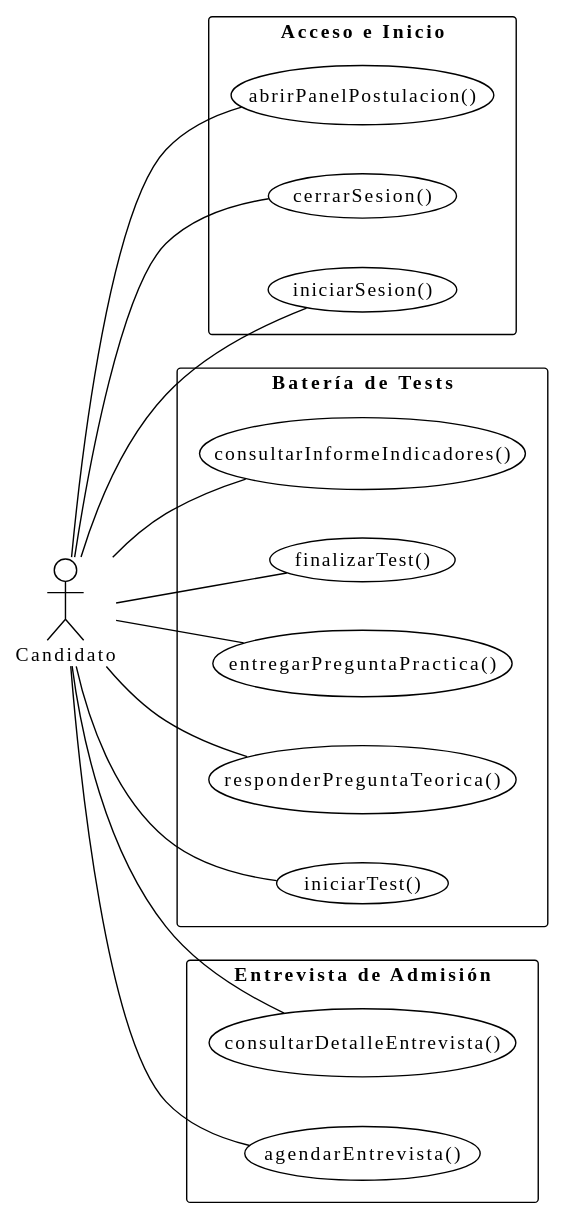
This is images/RUP/01-requisitos/01-actores-casos-uso/actoresCasosUsoCandidato.svg from TheMoys/CTS-Academy, a PlantUML export, as it was before one commit. Its diagram source:
```plantuml
@startuml
!theme plain
left to right direction
skinparam packageStyle rectangle

actor Candidato

package "Acceso e Inicio" {
  usecase iniciarSesion as "iniciarSesion()"
  usecase cerrarSesion as "cerrarSesion()"
  usecase abrirPanelPostulacion as "abrirPanelPostulacion()"
}

package "Batería de Tests" {
  usecase iniciarTest as "iniciarTest()"
  usecase responderPreguntaTeorica as "responderPreguntaTeorica()"
  usecase entregarPreguntaPractica as "entregarPreguntaPractica()"
  usecase finalizarTest as "finalizarTest()"
  usecase consultarInformeIndicadores as "consultarInformeIndicadores()"
}

package "Entrevista de Admisión" {
  usecase agendarEntrevista as "agendarEntrevista()"
  usecase consultarDetalleEntrevista as "consultarDetalleEntrevista()"
}

Candidato -- iniciarSesion
Candidato -- cerrarSesion
Candidato -- abrirPanelPostulacion

Candidato -- iniciarTest
Candidato -- responderPreguntaTeorica
Candidato -- entregarPreguntaPractica
Candidato -- finalizarTest
Candidato -- consultarInformeIndicadores

Candidato -- agendarEntrevista
Candidato -- consultarDetalleEntrevista
@enduml
```
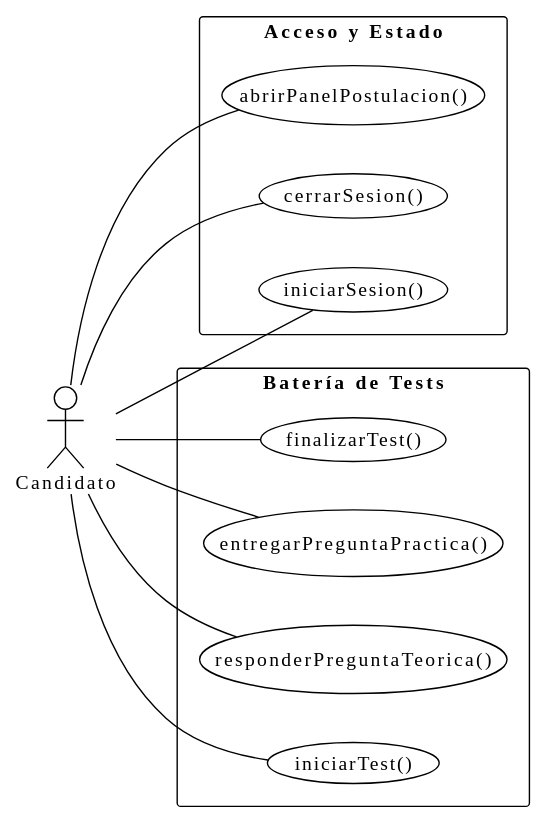
The same file after the commit.

What changed in the source:
```diff
@@ -5,7 +5,7 @@
 
 actor Candidato
 
-package "Acceso e Inicio" {
+package "Acceso y Estado" {
   usecase iniciarSesion as "iniciarSesion()"
   usecase cerrarSesion as "cerrarSesion()"
   usecase abrirPanelPostulacion as "abrirPanelPostulacion()"
@@ -16,12 +16,6 @@
   usecase responderPreguntaTeorica as "responderPreguntaTeorica()"
   usecase entregarPreguntaPractica as "entregarPreguntaPractica()"
   usecase finalizarTest as "finalizarTest()"
-  usecase consultarInformeIndicadores as "consultarInformeIndicadores()"
-}
-
-package "Entrevista de Admisión" {
-  usecase agendarEntrevista as "agendarEntrevista()"
-  usecase consultarDetalleEntrevista as "consultarDetalleEntrevista()"
 }
 
 Candidato -- iniciarSesion
@@ -32,8 +26,4 @@
 Candidato -- responderPreguntaTeorica
 Candidato -- entregarPreguntaPractica
 Candidato -- finalizarTest
-Candidato -- consultarInformeIndicadores
-
-Candidato -- agendarEntrevista
-Candidato -- consultarDetalleEntrevista
 @enduml
```
